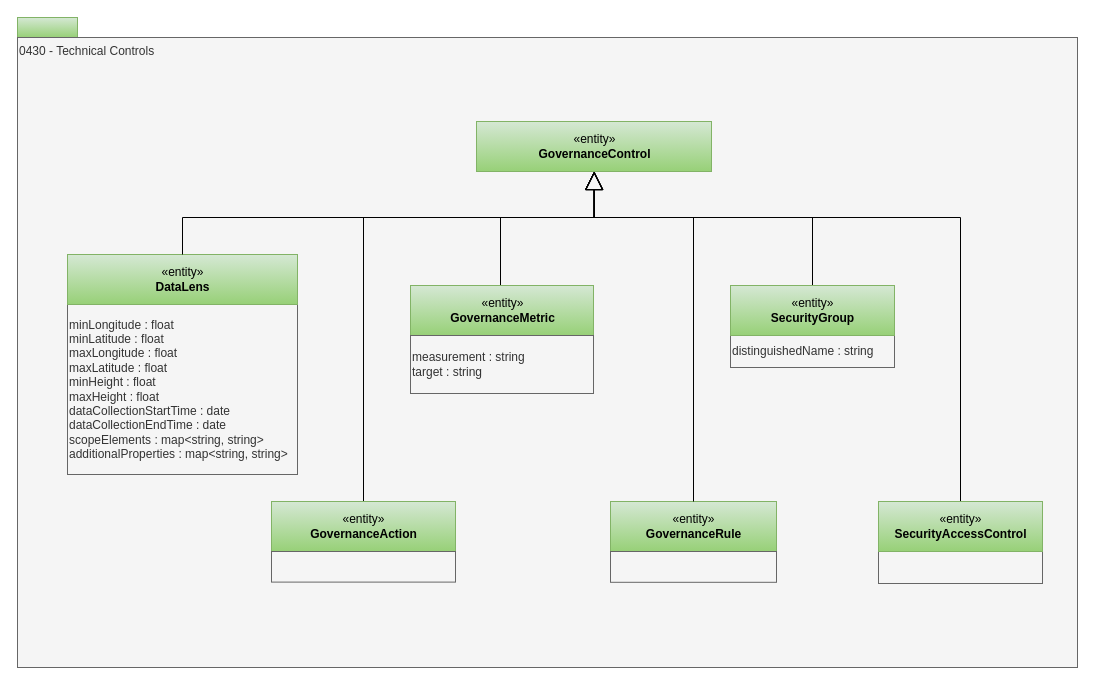
Earlier version of the draw.io diagram page "0430-Technical-Controls" (11 of 30) of site/docs/types/4/area-4-governance.drawio (odpi/egeria-docs). Source tidied: cells renumbered, new cells numbered last; positions are measured from the earlier drawing's top-left corner, leaving out a move shared by most shapes. Both pictures are drawn from the tidied source at 100%, with x=0, y=0 at pixel (17, 17).
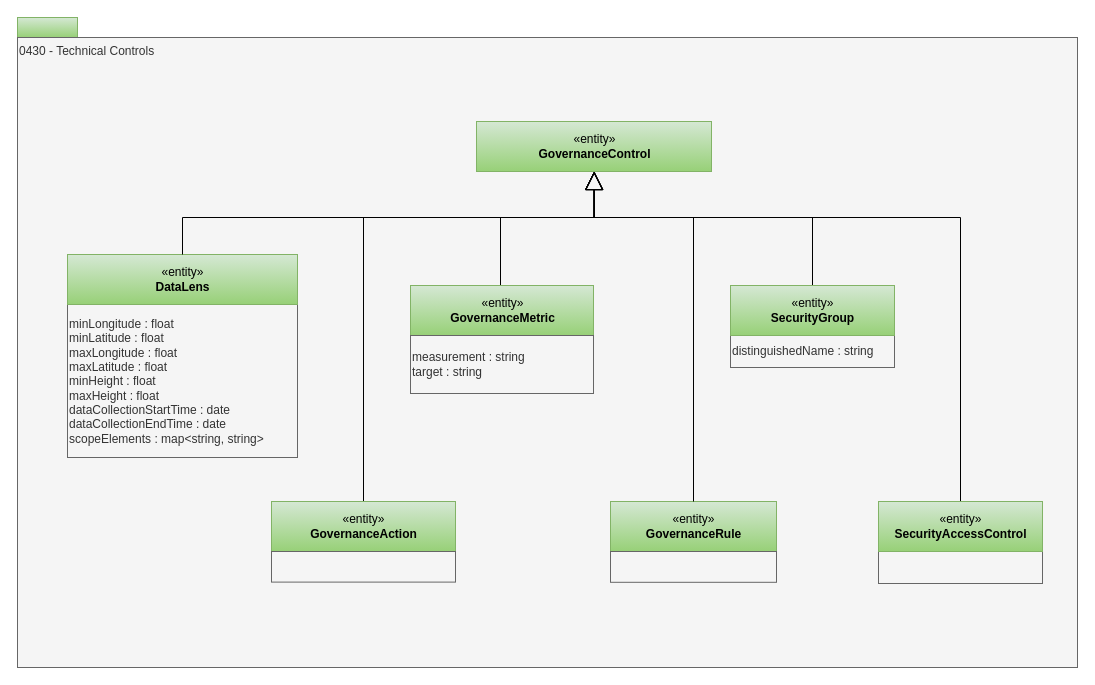
The same diagram, later.

Change to the diagram source:
```diff
@@
-    <mxCell id="20" value="minLongitude : float&lt;br&gt;minLatitude : float&lt;br style=&quot;border-color: var(--border-color);&quot;&gt;maxLongitude : float&lt;br style=&quot;border-color: var(--border-color);&quot;&gt;maxLatitude : float&lt;br&gt;minHeight : float&lt;br&gt;maxHeight : float&lt;br&gt;dataCollectionStartTime : date&lt;br&gt;dataCollectionEndTime : date&lt;div&gt;scopeElements : map&amp;lt;string, string&amp;gt;&lt;/div&gt;&lt;div&gt;additionalProperties : map&amp;lt;string, string&amp;gt;&lt;/div&gt;" style="rounded=0;whiteSpace=wrap;html=1;strokeColor=#666666;align=left;fillColor=#f5f5f5;fontColor=#333333;" parent="1" vertex="1">
-      <mxGeometry x="50" y="287" width="230" height="170" as="geometry" />
+    <mxCell id="20" value="minLongitude : float&lt;br&gt;minLatitude : float&lt;br style=&quot;border-color: var(--border-color);&quot;&gt;maxLongitude : float&lt;br style=&quot;border-color: var(--border-color);&quot;&gt;maxLatitude : float&lt;br&gt;minHeight : float&lt;br&gt;maxHeight : float&lt;br&gt;dataCollectionStartTime : date&lt;br&gt;dataCollectionEndTime : date&lt;div&gt;scopeElements : map&amp;lt;string, string&amp;gt;&lt;/div&gt;" style="rounded=0;whiteSpace=wrap;html=1;strokeColor=#666666;align=left;fillColor=#f5f5f5;fontColor=#333333;" parent="1" vertex="1">
+      <mxGeometry x="50" y="287" width="230" height="153" as="geometry" />
     </mxCell>
```
